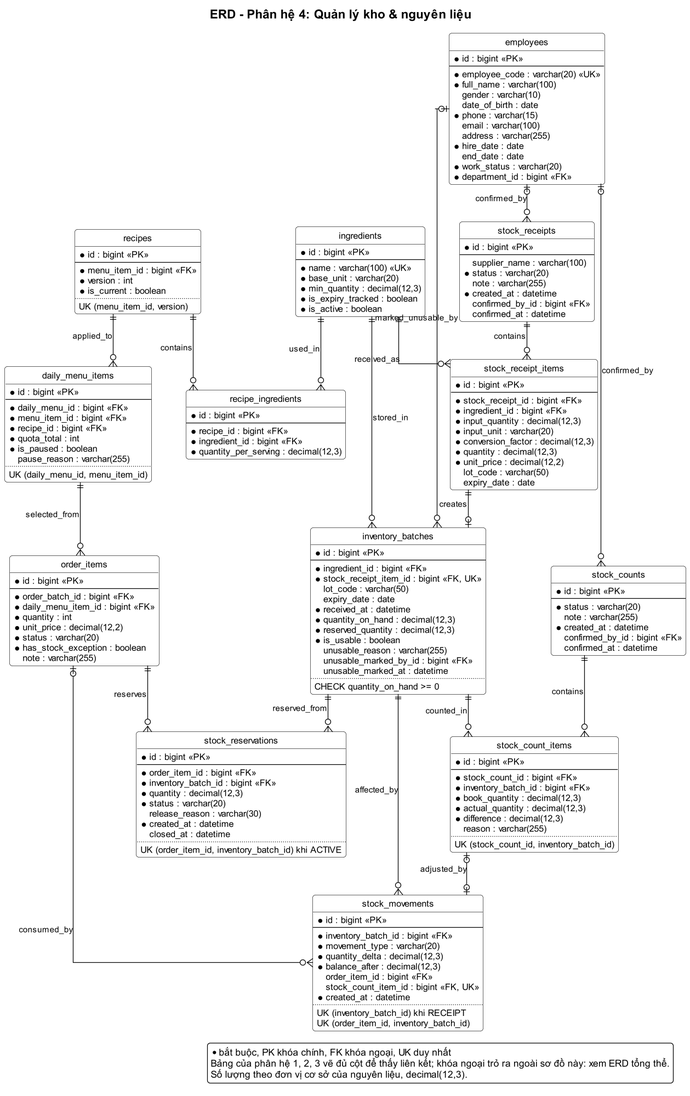
Earlier version of the PlantUML export docs/04-quan-ly-kho/erd.png (Anpham120/restaurant-management-system).
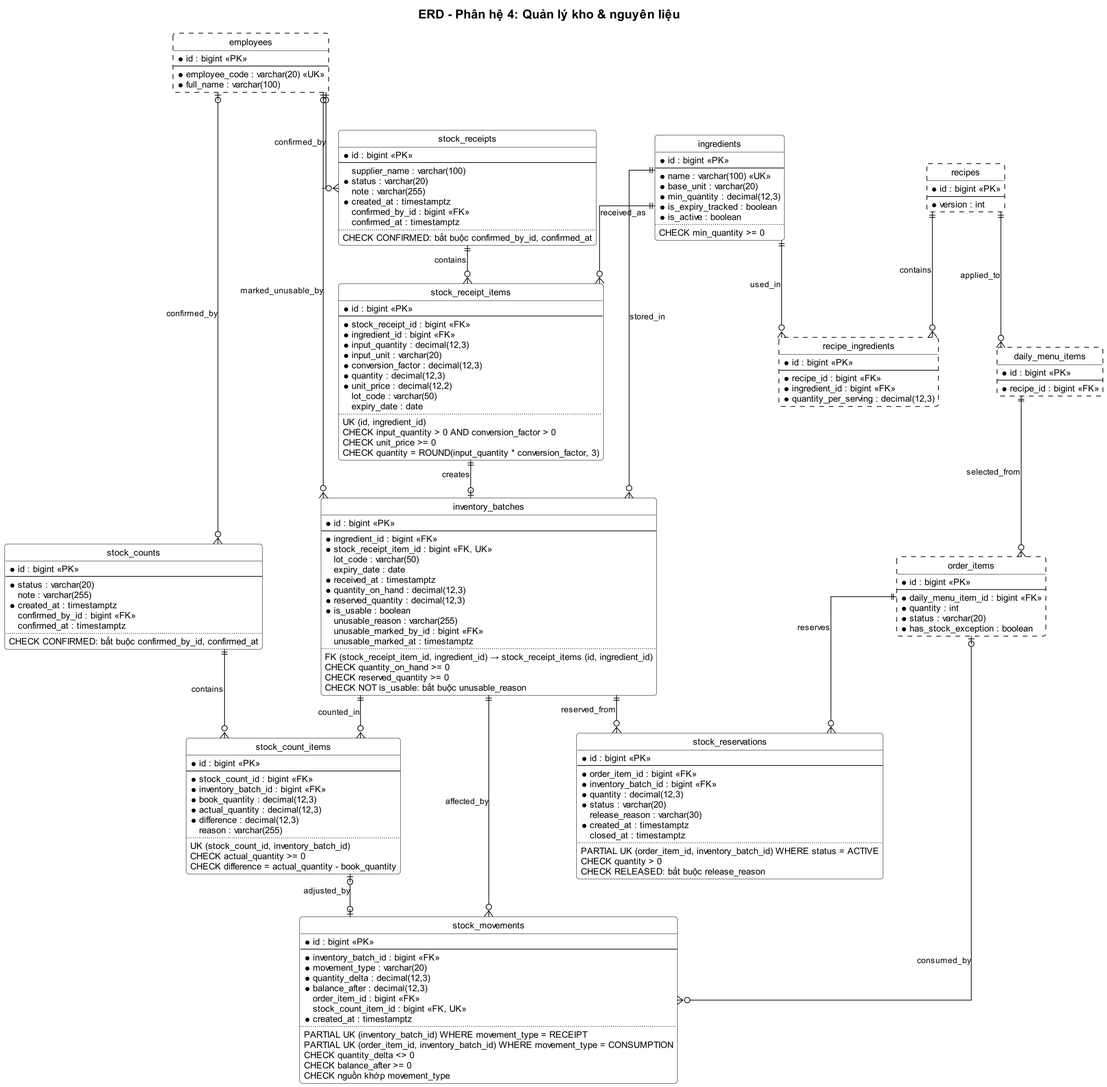
After the commit.

Diff of the diagram source:
```diff
@@ -3,7 +3,7 @@
 hide circle
 set separator none
 skinparam linetype ortho
-skinparam nodesep 50
+skinparam nodesep 85
 skinparam ranksep 55
 title ERD - Phân hệ 4: Quản lý kho & nguyên liệu
 
@@ -15,6 +15,44 @@
   * min_quantity : decimal(12,3)
   * is_expiry_tracked : boolean
   * is_active : boolean
+  ..
+  CHECK min_quantity >= 0
+}
+
+entity "recipes" as recipes #line.dashed {
+  * id : bigint <<PK>>
+  --
+  * version : int
+}
+
+entity "recipe_ingredients" as recipe_ingredients #line.dashed {
+  * id : bigint <<PK>>
+  --
+  * recipe_id : bigint <<FK>>
+  * ingredient_id : bigint <<FK>>
+  * quantity_per_serving : decimal(12,3)
+}
+
+entity "daily_menu_items" as daily_menu_items #line.dashed {
+  * id : bigint <<PK>>
+  --
+  * recipe_id : bigint <<FK>>
+}
+
+entity "order_items" as order_items #line.dashed {
+  * id : bigint <<PK>>
+  --
+  * daily_menu_item_id : bigint <<FK>>
+  * quantity : int
+  * status : varchar(20)
+  * has_stock_exception : boolean
+}
+
+entity "employees" as employees #line.dashed {
+  * id : bigint <<PK>>
+  --
+  * employee_code : varchar(20) <<UK>>
+  * full_name : varchar(100)
 }
 
 entity "stock_receipts" as stock_receipts {
@@ -23,9 +61,11 @@
   supplier_name : varchar(100)
   * status : varchar(20)
   note : varchar(255)
-  * created_at : datetime
+  * created_at : timestamptz
   confirmed_by_id : bigint <<FK>>
-  confirmed_at : datetime
+  confirmed_at : timestamptz
+  ..
+  CHECK CONFIRMED: bắt buộc confirmed_by_id, confirmed_at
 }
 
 entity "stock_receipt_items" as stock_receipt_items {
@@ -40,6 +80,11 @@
   * unit_price : decimal(12,2)
   lot_code : varchar(50)
   expiry_date : date
+  ..
+  UK (id, ingredient_id)
+  CHECK input_quantity > 0 AND conversion_factor > 0
+  CHECK unit_price >= 0
+  CHECK quantity = ROUND(input_quantity * conversion_factor, 3)
 }
 
 entity "inventory_batches" as inventory_batches {
@@ -49,15 +94,34 @@
   * stock_receipt_item_id : bigint <<FK, UK>>
   lot_code : varchar(50)
   expiry_date : date
-  * received_at : datetime
+  * received_at : timestamptz
   * quantity_on_hand : decimal(12,3)
   * reserved_quantity : decimal(12,3)
   * is_usable : boolean
   unusable_reason : varchar(255)
   unusable_marked_by_id : bigint <<FK>>
-  unusable_marked_at : datetime
+  unusable_marked_at : timestamptz
   ..
+  FK (stock_receipt_item_id, ingredient_id) → stock_receipt_items (id, ingredient_id)
   CHECK quantity_on_hand >= 0
+  CHECK reserved_quantity >= 0
+  CHECK NOT is_usable: bắt buộc unusable_reason
+}
+
+entity "stock_reservations" as stock_reservations {
+  * id : bigint <<PK>>
+  --
+  * order_item_id : bigint <<FK>>
+  * inventory_batch_id : bigint <<FK>>
+  * quantity : decimal(12,3)
+  * status : varchar(20)
+  release_reason : varchar(30)
+  * created_at : timestamptz
+  closed_at : timestamptz
+  ..
+  PARTIAL UK (order_item_id, inventory_batch_id) WHERE status = ACTIVE
+  CHECK quantity > 0
+  CHECK RELEASED: bắt buộc release_reason
 }
 
 entity "stock_movements" as stock_movements {
@@ -69,24 +133,13 @@
   * balance_after : decimal(12,3)
   order_item_id : bigint <<FK>>
   stock_count_item_id : bigint <<FK, UK>>
-  * created_at : datetime
+  * created_at : timestamptz
   ..
-  UK (inventory_batch_id) khi RECEIPT
-  UK (order_item_id, inventory_batch_id)
-}
-
-entity "stock_reservations" as stock_reservations {
-  * id : bigint <<PK>>
-  --
-  * order_item_id : bigint <<FK>>
-  * inventory_batch_id : bigint <<FK>>
-  * quantity : decimal(12,3)
-  * status : varchar(20)
-  release_reason : varchar(30)
-  * created_at : datetime
-  closed_at : datetime
-  ..
-  UK (order_item_id, inventory_batch_id) khi ACTIVE
+  PARTIAL UK (inventory_batch_id) WHERE movement_type = RECEIPT
+  PARTIAL UK (order_item_id, inventory_batch_id) WHERE movement_type = CONSUMPTION
+  CHECK quantity_delta <> 0
+  CHECK balance_after >= 0
+  CHECK nguồn khớp movement_type
 }
 
 entity "stock_counts" as stock_counts {
@@ -94,9 +147,11 @@
   --
   * status : varchar(20)
   note : varchar(255)
-  * created_at : datetime
+  * created_at : timestamptz
   confirmed_by_id : bigint <<FK>>
-  confirmed_at : datetime
+  confirmed_at : timestamptz
+  ..
+  CHECK CONFIRMED: bắt buộc confirmed_by_id, confirmed_at
 }
 
 entity "stock_count_items" as stock_count_items {
@@ -110,65 +165,8 @@
   reason : varchar(255)
   ..
   UK (stock_count_id, inventory_batch_id)
-}
-
-entity "employees" as employees {
-  * id : bigint <<PK>>
-  --
-  * employee_code : varchar(20) <<UK>>
-  * full_name : varchar(100)
-  gender : varchar(10)
-  date_of_birth : date
-  * phone : varchar(15)
-  email : varchar(100)
-  address : varchar(255)
-  * hire_date : date
-  end_date : date
-  * work_status : varchar(20)
-  * department_id : bigint <<FK>>
-}
-
-entity "recipes" as recipes {
-  * id : bigint <<PK>>
-  --
-  * menu_item_id : bigint <<FK>>
-  * version : int
-  * is_current : boolean
-  ..
-  UK (menu_item_id, version)
-}
-
-entity "recipe_ingredients" as recipe_ingredients {
-  * id : bigint <<PK>>
-  --
-  * recipe_id : bigint <<FK>>
-  * ingredient_id : bigint <<FK>>
-  * quantity_per_serving : decimal(12,3)
-}
-
-entity "daily_menu_items" as daily_menu_items {
-  * id : bigint <<PK>>
-  --
-  * daily_menu_id : bigint <<FK>>
-  * menu_item_id : bigint <<FK>>
-  * recipe_id : bigint <<FK>>
-  * quota_total : int
-  * is_paused : boolean
-  pause_reason : varchar(255)
-  ..
-  UK (daily_menu_id, menu_item_id)
-}
-
-entity "order_items" as order_items {
-  * id : bigint <<PK>>
-  --
-  * order_batch_id : bigint <<FK>>
-  * daily_menu_item_id : bigint <<FK>>
-  * quantity : int
-  * unit_price : decimal(12,2)
-  * status : varchar(20)
-  * has_stock_exception : boolean
-  note : varchar(255)
+  CHECK actual_quantity >= 0
+  CHECK difference = actual_quantity - book_quantity
 }
 
 employees |o--o{ stock_receipts : confirmed_by
@@ -189,10 +187,4 @@
 stock_counts ||--o{ stock_count_items : contains
 inventory_batches ||--o{ stock_count_items : counted_in
 stock_count_items |o--o| stock_movements : adjusted_by
-
-legend right
-  * bắt buộc, PK khóa chính, FK khóa ngoại, UK duy nhất
-  Bảng của phân hệ 1, 2, 3 vẽ đủ cột để thấy liên kết; khóa ngoại trỏ ra ngoài sơ đồ này: xem ERD tổng thể.
-  Số lượng theo đơn vị cơ sở của nguyên liệu, decimal(12,3).
-endlegend
 @enduml
```
